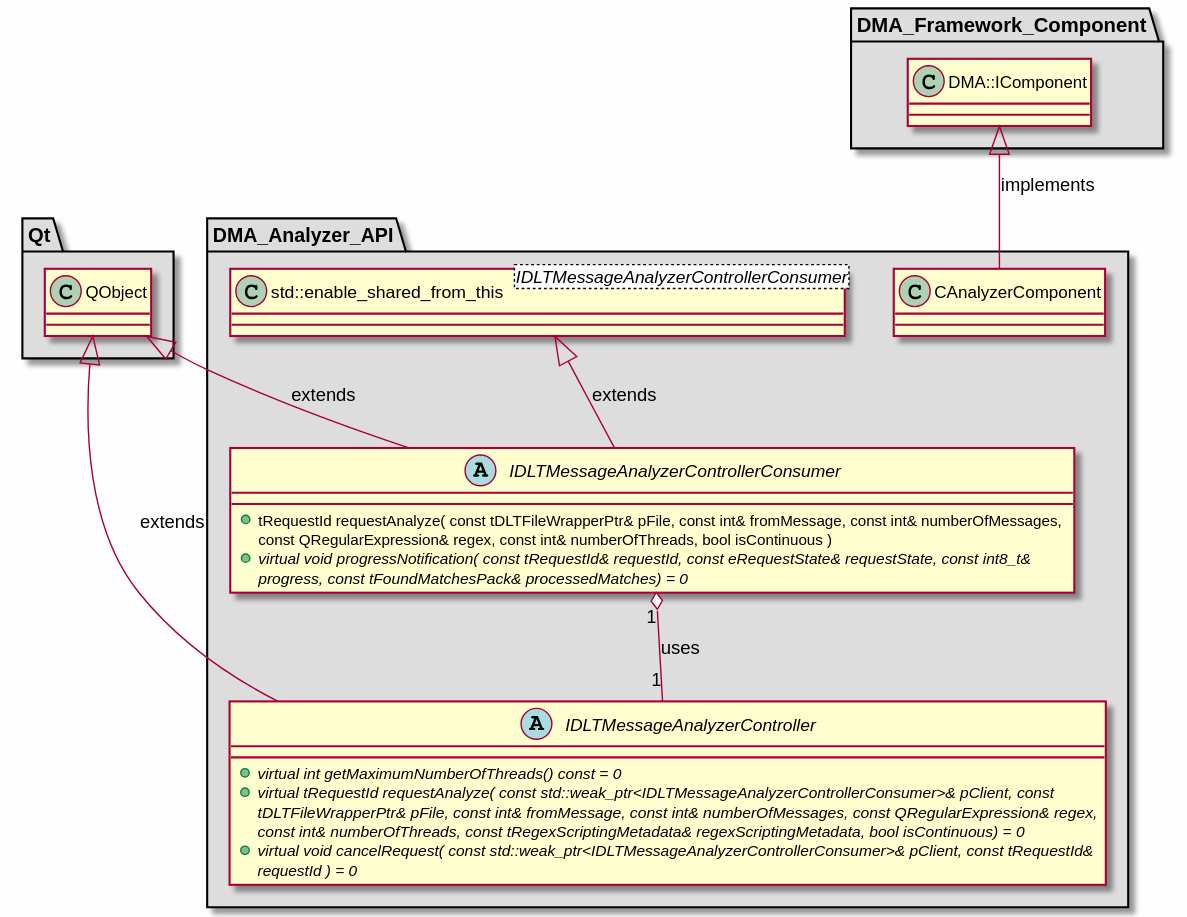
The PlantUML diagram md/dev_docs/puml/DMA_Analyzer_API_standalone.svg in svlad-90/DLT-Message-Analyzer, before a commit.
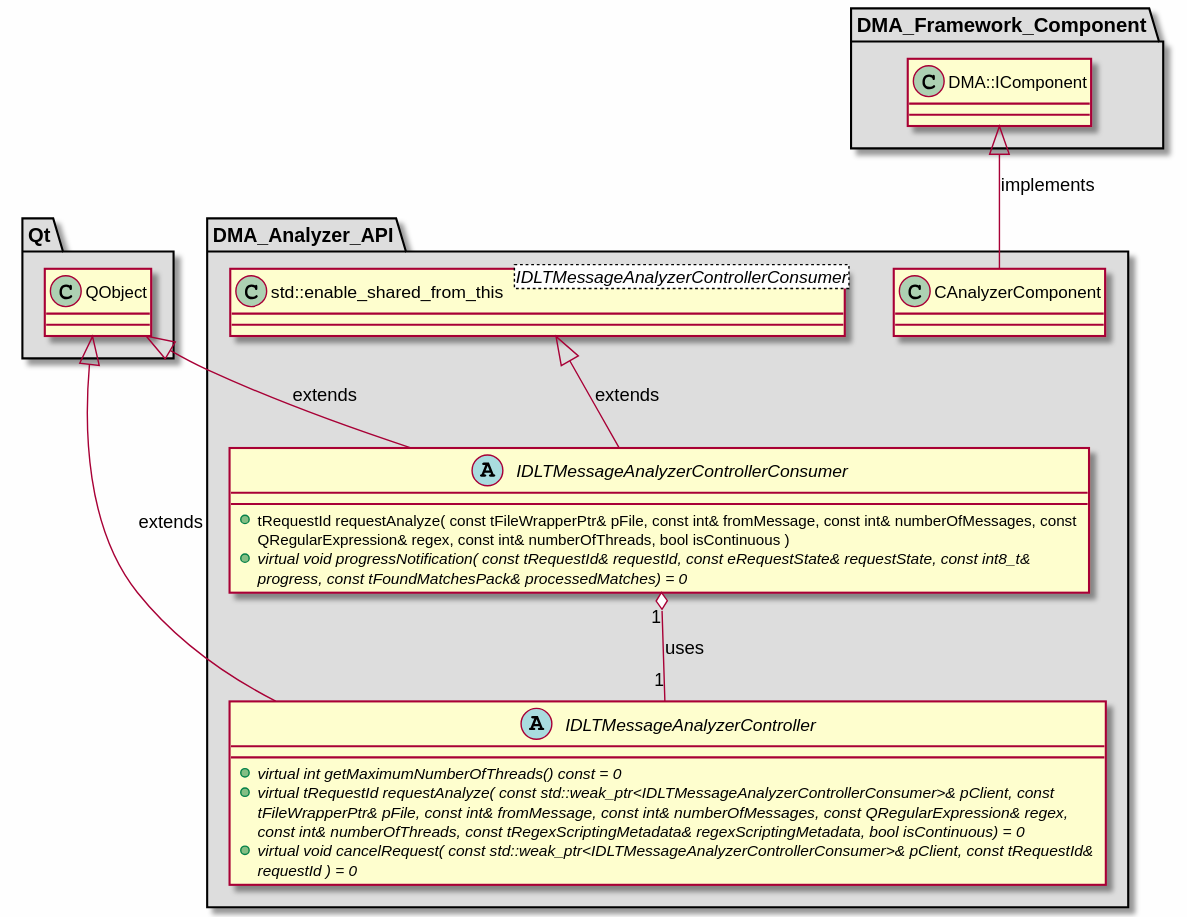
Later version of the same file.

Diff of the diagram source:
```diff
@@ -12,13 +12,13 @@
 abstract class "IDLTMessageAnalyzerController"
 {
     + {abstract} virtual int getMaximumNumberOfThreads() const = 0
-    + {abstract} virtual tRequestId requestAnalyze( const std::weak_ptr<IDLTMessageAnalyzerControllerConsumer>& pClient, const tDLTFileWrapperPtr& pFile, const int& fromMessage, const int& numberOfMessages, const QRegularExpression& regex, const int& numberOfThreads, const tRegexScriptingMetadata& regexScriptingMetadata, bool isContinuous) = 0
+    + {abstract} virtual tRequestId requestAnalyze( const std::weak_ptr<IDLTMessageAnalyzerControllerConsumer>& pClient, const tFileWrapperPtr& pFile, const int& fromMessage, const int& numberOfMessages, const QRegularExpression& regex, const int& numberOfThreads, const tRegexScriptingMetadata& regexScriptingMetadata, bool isContinuous) = 0
     + {abstract} virtual void cancelRequest( const std::weak_ptr<IDLTMessageAnalyzerControllerConsumer>& pClient, const tRequestId& requestId ) = 0
 }
 
 abstract class "IDLTMessageAnalyzerControllerConsumer"
 {
-    + tRequestId requestAnalyze( const tDLTFileWrapperPtr& pFile, const int& fromMessage, const int& numberOfMessages, const QRegularExpression& regex, const int& numberOfThreads, bool isContinuous )
+    + tRequestId requestAnalyze( const tFileWrapperPtr& pFile, const int& fromMessage, const int& numberOfMessages, const QRegularExpression& regex, const int& numberOfThreads, bool isContinuous )
     + {abstract} virtual void progressNotification( const tRequestId& requestId, const eRequestState& requestState, const int8_t& progress, const tFoundMatchesPack& processedMatches) = 0
 }
 
```
